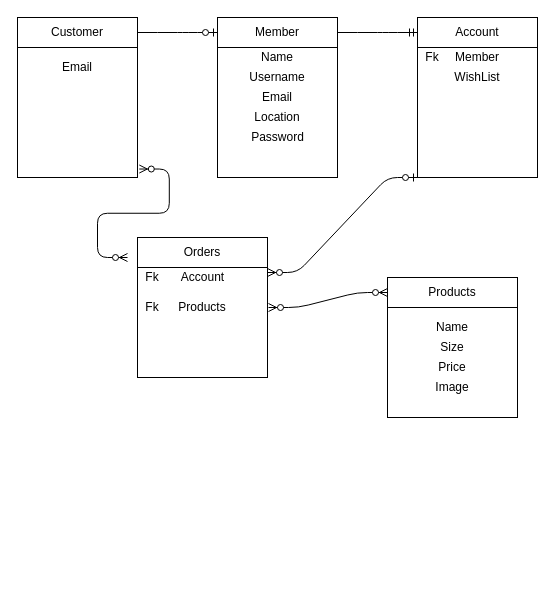
Earlier version of the draw.io diagram page "Page-11" (11 of 11) of ERD.drawio (alexxgz/ecommerce_project). Source tidied: cells renumbered, new cells numbered last; positions are measured from the earlier drawing's top-left corner, leaving out a move shared by most shapes. Both pictures are drawn from the tidied source at 100%, with x=0, y=0 at pixel (17, 17).
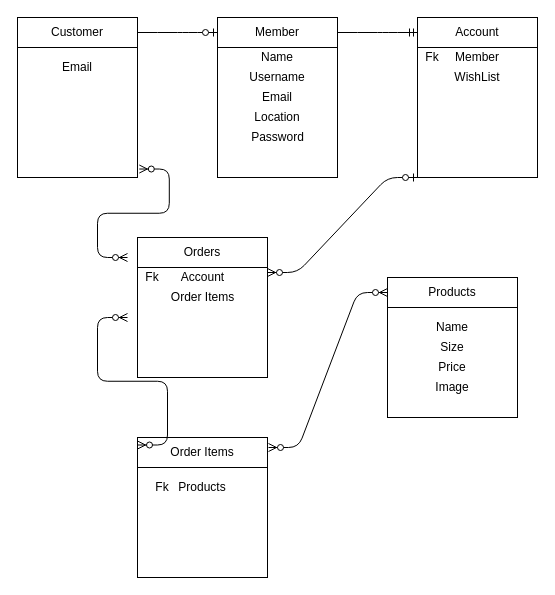
Above is the later version.

Unchanged cells that the change refers to:
```xml
<mxCell id="14" value="Products" style="shape=partialRectangle;whiteSpace=wrap;html=1;left=0;right=0;fillColor=none;" parent="1" vertex="1">
  <mxGeometry x="370" y="260" width="130" height="30" as="geometry" />
</mxCell>
```

The edit, as a diff of the source:
```diff
@@
+    <mxCell id="34" style="rounded=0;whiteSpace=wrap;html=1;direction=south;" parent="1" vertex="1">
+      <mxGeometry x="120" y="420" width="130" height="140" as="geometry" />
+    </mxCell>
@@
     <mxCell id="12" value="Products" style="text;html=1;strokeColor=none;fillColor=none;align=center;verticalAlign=middle;whiteSpace=wrap;rounded=0;" parent="1" vertex="1">
-      <mxGeometry x="165" y="280" width="40" height="20" as="geometry" />
+      <mxGeometry x="165" y="460" width="40" height="20" as="geometry" />
     </mxCell>
@@
     <mxCell id="15" style="edgeStyle=entityRelationEdgeStyle;fontSize=12;html=1;endArrow=ERzeroToMany;endFill=1;startArrow=ERzeroToMany;entryX=0;entryY=0.5;entryDx=0;entryDy=0;" parent="1" edge="1" target="14">
       <mxGeometry relative="1" as="geometry">
-        <mxPoint x="251" y="290" as="sourcePoint" />
+        <mxPoint x="251" y="430" as="sourcePoint" />
       </mxGeometry>
     </mxCell>
@@
     <mxCell id="21" value="Fk" style="text;html=1;strokeColor=none;fillColor=none;align=center;verticalAlign=middle;whiteSpace=wrap;rounded=0;" parent="1" vertex="1">
-      <mxGeometry x="120" y="280" width="30" height="20" as="geometry" />
+      <mxGeometry x="130" y="460" width="30" height="20" as="geometry" />
     </mxCell>
@@
+    <mxCell id="35" value="Order Items" style="shape=partialRectangle;whiteSpace=wrap;html=1;left=0;right=0;fillColor=none;" parent="1" vertex="1">
+      <mxGeometry x="120" y="420" width="130" height="30" as="geometry" />
+    </mxCell>
+    <mxCell id="36" style="edgeStyle=entityRelationEdgeStyle;fontSize=12;html=1;endArrow=ERzeroToMany;endFill=1;startArrow=ERzeroToMany;exitX=0;exitY=0.25;exitDx=0;exitDy=0;" parent="1" edge="1" source="35">
+      <mxGeometry relative="1" as="geometry">
+        <mxPoint x="110" y="300" as="targetPoint" />
+      </mxGeometry>
+    </mxCell>
+    <mxCell id="37" value="Order Items" style="text;html=1;strokeColor=none;fillColor=none;align=center;verticalAlign=middle;whiteSpace=wrap;rounded=0;" parent="1" vertex="1">
+      <mxGeometry x="147.5" y="270" width="75" height="20" as="geometry" />
+    </mxCell>
```
